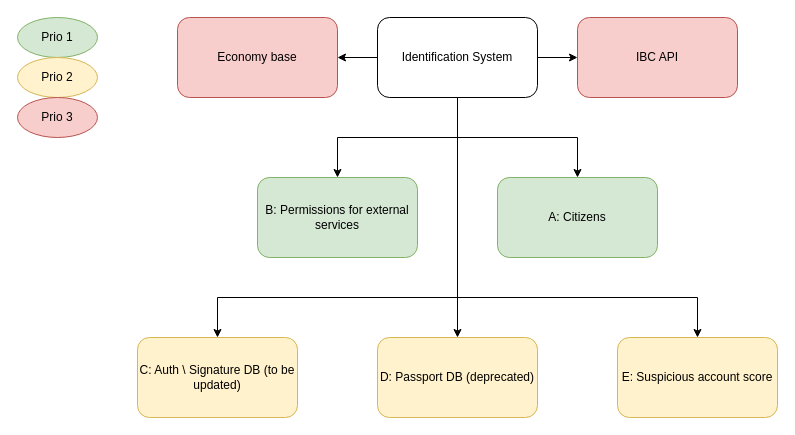
The draw.io diagram page "Global CR structure" (1 of 7) of architecture/crdesign.drawio in markvandal/ds.info, before the edit. Source tidied: cells renumbered, new cells numbered last; positions are measured from the earlier drawing's top-left corner, leaving out a move shared by most shapes. Both pictures are drawn from the tidied source at 100%, with x=0, y=0 at pixel (17, 17).
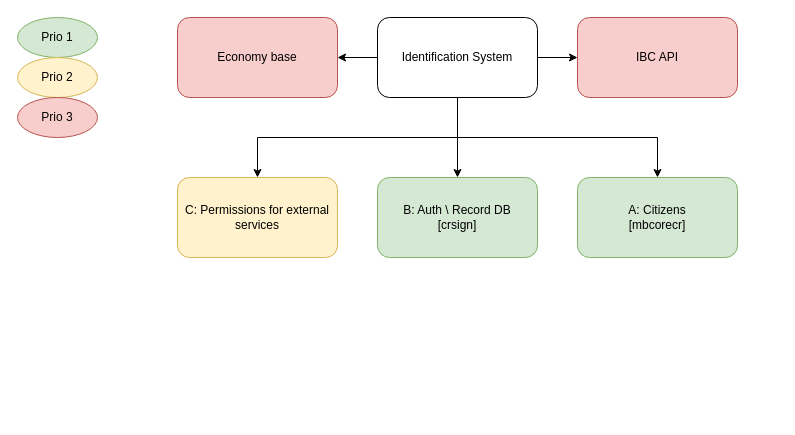
The same page after the edit.

Commit message (it also covers changes not shown here):
Added passport table schema (RU)

The change refers to these unchanged cells:
```xml
<mxCell id="8" value="Identification System" style="rounded=1;whiteSpace=wrap;html=1;" parent="1" vertex="1">
  <mxGeometry x="360" width="160" height="80" as="geometry" />
</mxCell>
<mxCell id="15" value="Economy base" style="rounded=1;whiteSpace=wrap;html=1;fillColor=#f8cecc;strokeColor=#b85450;" parent="1" vertex="1">
  <mxGeometry x="160" width="160" height="80" as="geometry" />
</mxCell>
```

What changed in the source:
```diff
@@
-    <mxCell id="3" style="edgeStyle=orthogonalEdgeStyle;rounded=0;jettySize=auto;html=1;exitX=0.5;exitY=1;exitDx=0;exitDy=0;" parent="1" edge="1" source="8" target="10">
-      <mxGeometry relative="1" as="geometry" />
-    </mxCell>
@@
+    <mxCell id="7" style="edgeStyle=orthogonalEdgeStyle;rounded=0;jettySize=auto;html=1;exitX=0;exitY=0.5;exitDx=0;exitDy=0;" parent="1" edge="1" source="8" target="15">
+      <mxGeometry relative="1" as="geometry" />
+    </mxCell>
     <mxCell id="6" style="edgeStyle=orthogonalEdgeStyle;rounded=0;jettySize=auto;html=1;exitX=0.5;exitY=1;exitDx=0;exitDy=0;" parent="1" edge="1" source="8" target="14">
-      <mxGeometry relative="1" as="geometry">
-        <Array as="points">
-          <mxPoint x="440" y="280" />
-          <mxPoint x="200" y="280" />
-        </Array>
-      </mxGeometry>
+      <mxGeometry relative="1" as="geometry" />
     </mxCell>
-    <mxCell id="7" style="edgeStyle=orthogonalEdgeStyle;rounded=0;jettySize=auto;html=1;exitX=0;exitY=0.5;exitDx=0;exitDy=0;" parent="1" edge="1" source="8" target="15">
-      <mxGeometry relative="1" as="geometry" />
-    </mxCell>
@@
-    <mxCell id="9" value="A: Citizens" style="rounded=1;whiteSpace=wrap;html=1;fillColor=#d5e8d4;strokeColor=#82b366;" parent="1" vertex="1">
-      <mxGeometry x="480" y="160" width="160" height="80" as="geometry" />
+    <mxCell id="9" value="A: Citizens&lt;br&gt;[mbcorecr]" style="rounded=1;whiteSpace=wrap;html=1;fillColor=#d5e8d4;strokeColor=#82b366;" parent="1" vertex="1">
+      <mxGeometry x="560" y="160" width="160" height="80" as="geometry" />
     </mxCell>
-    <mxCell id="10" value="D: Passport DB (deprecated)" style="rounded=1;whiteSpace=wrap;html=1;fillColor=#fff2cc;strokeColor=#d6b656;" parent="1" vertex="1">
-      <mxGeometry x="360" y="320" width="160" height="80" as="geometry" />
-    </mxCell>
-    <mxCell id="11" style="edgeStyle=orthogonalEdgeStyle;rounded=0;jettySize=auto;html=1;exitX=0.5;exitY=1;exitDx=0;exitDy=0;" parent="1" edge="1" source="8" target="16">
-      <mxGeometry relative="1" as="geometry">
-        <Array as="points">
-          <mxPoint x="440" y="280" />
-          <mxPoint x="680" y="280" />
-        </Array>
-      </mxGeometry>
-    </mxCell>
-    <mxCell id="12" value="B: Permissions for external services" style="rounded=1;whiteSpace=wrap;html=1;fillColor=#d5e8d4;strokeColor=#82b366;" parent="1" vertex="1">
-      <mxGeometry x="240" y="160" width="160" height="80" as="geometry" />
+    <mxCell id="12" value="C: Permissions for external services" style="rounded=1;whiteSpace=wrap;html=1;fillColor=#fff2cc;strokeColor=#d6b656;" parent="1" vertex="1">
+      <mxGeometry x="160" y="160" width="160" height="80" as="geometry" />
     </mxCell>
@@
-    <mxCell id="14" value="C: Auth \ Signature DB (to be updated)" style="rounded=1;whiteSpace=wrap;html=1;fillColor=#fff2cc;strokeColor=#d6b656;" parent="1" vertex="1">
-      <mxGeometry x="120" y="320" width="160" height="80" as="geometry" />
+    <mxCell id="14" value="B: Auth \ Record DB&lt;br&gt;[crsign]" style="rounded=1;whiteSpace=wrap;html=1;fillColor=#d5e8d4;strokeColor=#82b366;" parent="1" vertex="1">
+      <mxGeometry x="360" y="160" width="160" height="80" as="geometry" />
     </mxCell>
@@
-    <mxCell id="16" value="E: Suspicious account score" style="rounded=1;whiteSpace=wrap;html=1;fillColor=#fff2cc;strokeColor=#d6b656;" parent="1" vertex="1">
-      <mxGeometry x="600" y="320" width="160" height="80" as="geometry" />
-    </mxCell>
```
